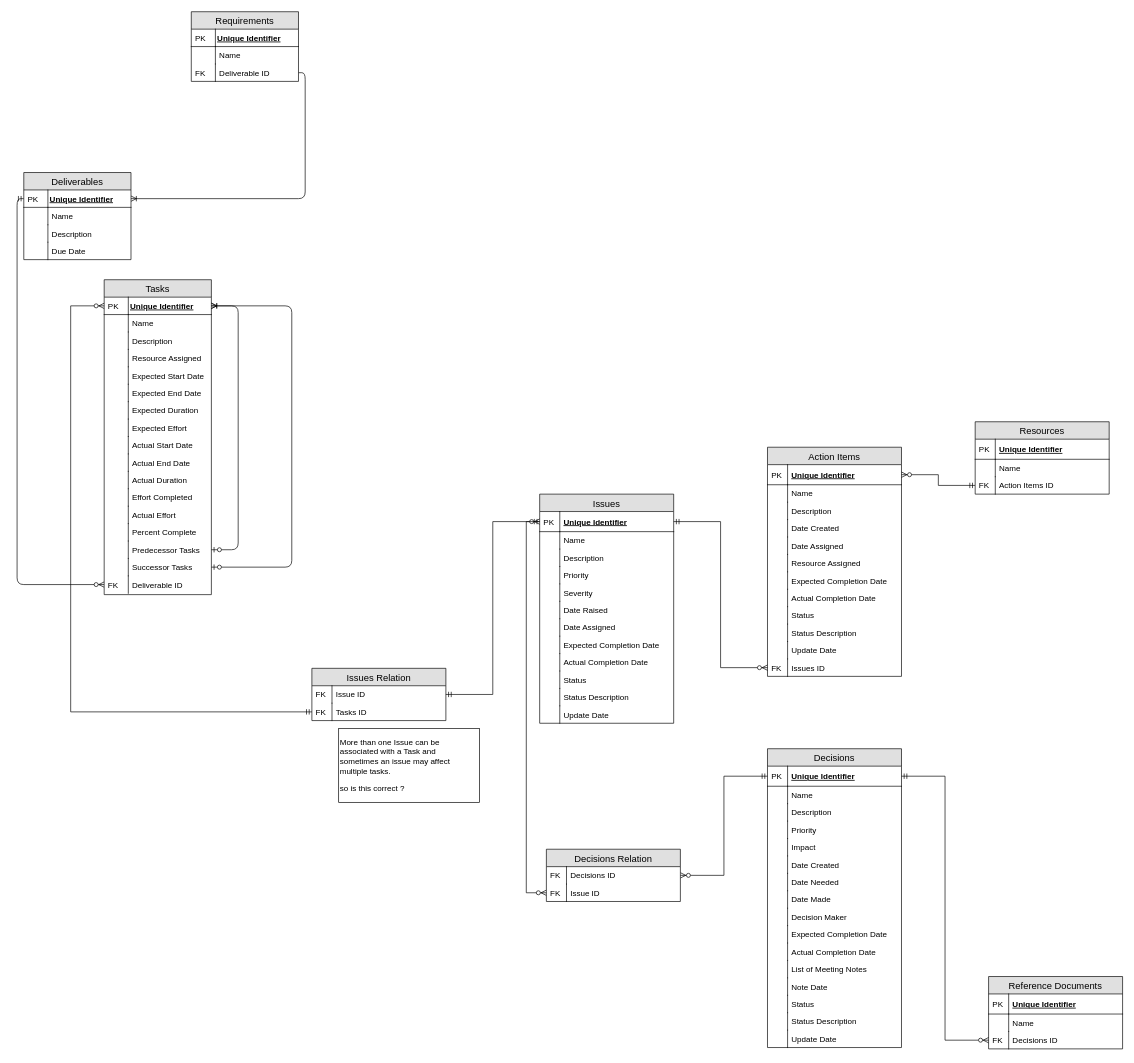
Above: ERD.drawio in alicebalayan/comp380---project3 (draw.io), before the change. Source tidied: cells renumbered, new cells numbered last; positions are measured from the earlier drawing's top-left corner, leaving out a move shared by most shapes. Both pictures are drawn from the tidied source at 67%, with x=0, y=0 at pixel (23, 11).
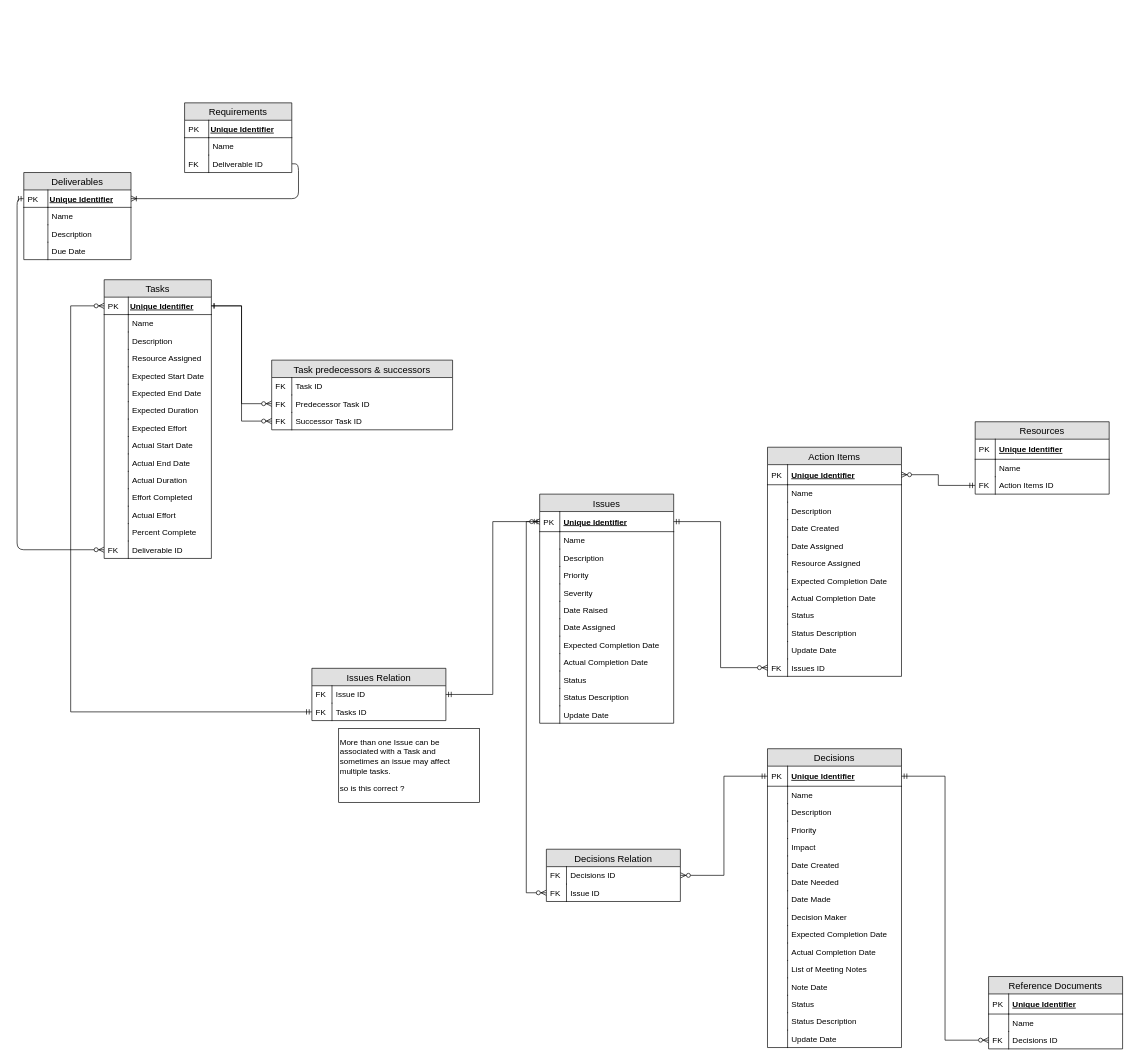
Above is the later version.

The change refers to these unchanged cells:
```xml
<mxCell id="108" value="Unique Identifier" style="shape=partialRectangle;top=0;left=0;right=0;bottom=1;align=left;verticalAlign=middle;fillColor=none;spacingLeft=37;spacingRight=4;overflow=hidden;points=[[0,0.5],[1,0.5]];portConstraint=eastwest;fontStyle=5;" parent="107" vertex="1">
  <mxGeometry y="26" width="160" height="26" as="geometry" />
</mxCell>
```

Diff of the diagram source:
```diff
@@
-    <mxCell id="93" value="Requirements" style="swimlane;fontStyle=0;horizontal=1;startSize=26;fontSize=14;fillColor=#e0e0e0;swimlaneFillColor=#ffffff;" parent="1" vertex="1">
-      <mxGeometry x="250" width="160" height="104" as="geometry" />
-    </mxCell>
-    <mxCell id="94" value="Unique Identifier" style="shape=partialRectangle;top=0;left=0;right=0;bottom=1;align=left;verticalAlign=middle;fillColor=none;spacingLeft=37;spacingRight=4;overflow=hidden;fontStyle=5;" parent="93" vertex="1">
-      <mxGeometry y="26" width="160" height="26" as="geometry" />
-    </mxCell>
-    <mxCell id="95" value="PK" style="shape=partialRectangle;top=0;left=0;bottom=0;fillColor=none;align=left;verticalAlign=top;spacingLeft=4;spacingRight=4;overflow=hidden;" parent="94" vertex="1">
-      <mxGeometry width="36" height="26" as="geometry" />
-    </mxCell>
-    <mxCell id="96" value="Name" style="shape=partialRectangle;top=0;left=0;right=0;bottom=0;align=left;verticalAlign=top;fillColor=none;spacingLeft=40;spacingRight=4;overflow=hidden;rounded=0;shadow=0;strokeWidth=1;" parent="93" vertex="1">
-      <mxGeometry y="52" width="160" height="26" as="geometry" />
-    </mxCell>
-    <mxCell id="97" style="shape=partialRectangle;top=0;left=0;bottom=0;fillColor=none;align=left;verticalAlign=top;spacingLeft=4;spacingRight=4;overflow=hidden;" parent="96" vertex="1">
-      <mxGeometry width="36" height="26" as="geometry" />
-    </mxCell>
-    <mxCell id="98" value="Deliverable ID" style="shape=partialRectangle;top=0;left=0;right=0;bottom=0;align=left;verticalAlign=top;fillColor=none;spacingLeft=40;spacingRight=4;overflow=hidden;points=[[0,0.5],[1,0.5]];portConstraint=eastwest;rounded=0;shadow=0;strokeWidth=1;" parent="93" vertex="1">
-      <mxGeometry y="78" width="160" height="26" as="geometry" />
-    </mxCell>
-    <mxCell id="99" value="FK" style="shape=partialRectangle;top=0;left=0;bottom=0;fillColor=none;align=left;verticalAlign=top;spacingLeft=4;spacingRight=4;overflow=hidden;" parent="98" vertex="1">
-      <mxGeometry width="36" height="26" as="geometry" />
-    </mxCell>
@@
     <mxCell id="107" value="Tasks" style="swimlane;fontStyle=0;horizontal=1;startSize=26;fontSize=14;fillColor=#e0e0e0;swimlaneFillColor=#ffffff;" parent="1" vertex="1">
-      <mxGeometry x="120" y="400" width="160" height="470" as="geometry" />
+      <mxGeometry x="120" y="400" width="160" height="416" as="geometry" />
     </mxCell>
@@
-    <mxCell id="136" value="Predecessor Tasks" style="shape=partialRectangle;top=0;left=0;right=0;bottom=0;align=left;verticalAlign=top;fillColor=none;spacingLeft=40;spacingRight=4;overflow=hidden;points=[[0,0.5],[1,0.5]];portConstraint=eastwest;rounded=0;shadow=0;strokeWidth=1;" parent="107" vertex="1">
-      <mxGeometry y="390" width="160" height="26" as="geometry" />
-    </mxCell>
-    <mxCell id="137" style="shape=partialRectangle;top=0;left=0;bottom=0;fillColor=none;align=left;verticalAlign=top;spacingLeft=4;spacingRight=4;overflow=hidden;" parent="136" vertex="1">
-      <mxGeometry width="36" height="26" as="geometry" />
-    </mxCell>
-    <mxCell id="138" value="Successor Tasks" style="shape=partialRectangle;top=0;left=0;right=0;bottom=0;align=left;verticalAlign=top;fillColor=none;spacingLeft=40;spacingRight=4;overflow=hidden;points=[[0,0.5],[1,0.5]];portConstraint=eastwest;rounded=0;shadow=0;strokeWidth=1;" parent="107" vertex="1">
-      <mxGeometry y="416" width="160" height="26" as="geometry" />
-    </mxCell>
-    <mxCell id="139" style="shape=partialRectangle;top=0;left=0;bottom=0;fillColor=none;align=left;verticalAlign=top;spacingLeft=4;spacingRight=4;overflow=hidden;" parent="138" vertex="1">
-      <mxGeometry width="36" height="26" as="geometry" />
-    </mxCell>
-    <mxCell id="140" style="fontSize=12;html=1;endArrow=ERoneToMany;startArrow=ERzeroToOne;exitX=1;exitY=0.5;exitDx=0;exitDy=0;entryX=1;entryY=0.5;entryDx=0;entryDy=0;edgeStyle=orthogonalEdgeStyle;" parent="107" edge="1" source="136" target="108">
-      <mxGeometry relative="1" as="geometry">
-        <Array as="points">
-          <mxPoint x="200" y="403" />
-          <mxPoint x="200" y="39" />
-        </Array>
-      </mxGeometry>
-    </mxCell>
-    <mxCell id="141" style="fontSize=12;html=1;endArrow=ERoneToMany;startArrow=ERzeroToOne;exitX=1;exitY=0.5;exitDx=0;exitDy=0;entryX=1;entryY=0.5;entryDx=0;entryDy=0;edgeStyle=orthogonalEdgeStyle;" parent="107" edge="1" source="138" target="108">
-      <mxGeometry relative="1" as="geometry">
-        <Array as="points">
-          <mxPoint x="280" y="429" />
-          <mxPoint x="280" y="39" />
-        </Array>
-      </mxGeometry>
-    </mxCell>
     <mxCell id="142" value="Deliverable ID" style="shape=partialRectangle;top=0;left=0;right=0;bottom=0;align=left;verticalAlign=top;fillColor=none;spacingLeft=40;spacingRight=4;overflow=hidden;points=[[0,0.5],[1,0.5]];portConstraint=eastwest;rounded=0;shadow=0;strokeWidth=1;" parent="107" vertex="1">
-      <mxGeometry y="442" width="160" height="26" as="geometry" />
+      <mxGeometry y="390" width="160" height="26" as="geometry" />
     </mxCell>
@@
+    <mxCell id="93" value="Requirements" style="swimlane;fontStyle=0;horizontal=1;startSize=26;fontSize=14;fillColor=#e0e0e0;swimlaneFillColor=#ffffff;" parent="1" vertex="1">
+      <mxGeometry x="240" y="136" width="160" height="104" as="geometry" />
+    </mxCell>
+    <mxCell id="94" value="Unique Identifier" style="shape=partialRectangle;top=0;left=0;right=0;bottom=1;align=left;verticalAlign=middle;fillColor=none;spacingLeft=37;spacingRight=4;overflow=hidden;fontStyle=5;" parent="93" vertex="1">
+      <mxGeometry y="26" width="160" height="26" as="geometry" />
+    </mxCell>
+    <mxCell id="95" value="PK" style="shape=partialRectangle;top=0;left=0;bottom=0;fillColor=none;align=left;verticalAlign=top;spacingLeft=4;spacingRight=4;overflow=hidden;" parent="94" vertex="1">
+      <mxGeometry width="36" height="26" as="geometry" />
+    </mxCell>
+    <mxCell id="96" value="Name" style="shape=partialRectangle;top=0;left=0;right=0;bottom=0;align=left;verticalAlign=top;fillColor=none;spacingLeft=40;spacingRight=4;overflow=hidden;rounded=0;shadow=0;strokeWidth=1;" parent="93" vertex="1">
+      <mxGeometry y="52" width="160" height="26" as="geometry" />
+    </mxCell>
+    <mxCell id="97" style="shape=partialRectangle;top=0;left=0;bottom=0;fillColor=none;align=left;verticalAlign=top;spacingLeft=4;spacingRight=4;overflow=hidden;" parent="96" vertex="1">
+      <mxGeometry width="36" height="26" as="geometry" />
+    </mxCell>
+    <mxCell id="98" value="Deliverable ID" style="shape=partialRectangle;top=0;left=0;right=0;bottom=0;align=left;verticalAlign=top;fillColor=none;spacingLeft=40;spacingRight=4;overflow=hidden;points=[[0,0.5],[1,0.5]];portConstraint=eastwest;rounded=0;shadow=0;strokeWidth=1;" parent="93" vertex="1">
+      <mxGeometry y="78" width="160" height="26" as="geometry" />
+    </mxCell>
+    <mxCell id="99" value="FK" style="shape=partialRectangle;top=0;left=0;bottom=0;fillColor=none;align=left;verticalAlign=top;spacingLeft=4;spacingRight=4;overflow=hidden;" parent="98" vertex="1">
+      <mxGeometry width="36" height="26" as="geometry" />
+    </mxCell>
+    <mxCell id="172" value="Task predecessors &amp; successors" style="swimlane;fontStyle=0;horizontal=1;startSize=26;fillColor=#e0e0e0;swimlaneFillColor=#ffffff;align=center;fontSize=14;" parent="1" vertex="1">
+      <mxGeometry x="370" y="520" width="270" height="104" as="geometry" />
+    </mxCell>
+    <mxCell id="173" value="Task ID" style="shape=partialRectangle;top=0;left=0;right=0;bottom=0;align=left;verticalAlign=top;fillColor=none;spacingLeft=34;spacingRight=4;overflow=hidden;fontSize=12;" parent="172" vertex="1">
+      <mxGeometry y="26" width="270" height="26" as="geometry" />
+    </mxCell>
+    <mxCell id="174" value="FK" style="shape=partialRectangle;top=0;left=0;bottom=0;fillColor=none;align=left;verticalAlign=top;spacingLeft=4;spacingRight=4;overflow=hidden;fontSize=12;" parent="173" vertex="1">
+      <mxGeometry width="30" height="26" as="geometry" />
+    </mxCell>
+    <mxCell id="175" value="Predecessor Task ID" style="shape=partialRectangle;top=0;left=0;right=0;bottom=0;align=left;verticalAlign=top;fillColor=none;spacingLeft=34;spacingRight=4;overflow=hidden;points=[[0,0.5],[1,0.5]];portConstraint=eastwest;fontSize=12;" parent="172" vertex="1">
+      <mxGeometry y="52" width="270" height="26" as="geometry" />
+    </mxCell>
+    <mxCell id="176" value="FK" style="shape=partialRectangle;top=0;left=0;bottom=0;fillColor=none;align=left;verticalAlign=top;spacingLeft=4;spacingRight=4;overflow=hidden;fontSize=12;" parent="175" vertex="1">
+      <mxGeometry width="30" height="26" as="geometry" />
+    </mxCell>
+    <mxCell id="177" value="Successor Task ID" style="shape=partialRectangle;top=0;left=0;right=0;bottom=0;align=left;verticalAlign=top;fillColor=none;spacingLeft=34;spacingRight=4;overflow=hidden;points=[[0,0.5],[1,0.5]];portConstraint=eastwest;fontSize=12;" parent="172" vertex="1">
+      <mxGeometry y="78" width="270" height="26" as="geometry" />
+    </mxCell>
+    <mxCell id="178" value="FK" style="shape=partialRectangle;top=0;left=0;bottom=0;fillColor=none;align=left;verticalAlign=top;spacingLeft=4;spacingRight=4;overflow=hidden;fontSize=12;" parent="177" vertex="1">
+      <mxGeometry width="30" height="26" as="geometry" />
+    </mxCell>
+    <mxCell id="179" style="edgeStyle=orthogonalEdgeStyle;rounded=0;jettySize=auto;html=1;exitX=0;exitY=0.5;exitDx=0;exitDy=0;entryX=1;entryY=0.5;entryDx=0;entryDy=0;startArrow=ERzeroToMany;startFill=1;endArrow=ERone;endFill=0;" parent="1" edge="1" source="175" target="108">
+      <mxGeometry relative="1" as="geometry" />
+    </mxCell>
+    <mxCell id="180" style="edgeStyle=orthogonalEdgeStyle;rounded=0;jettySize=auto;html=1;exitX=0;exitY=0.5;exitDx=0;exitDy=0;entryX=1;entryY=0.5;entryDx=0;entryDy=0;startArrow=ERzeroToMany;startFill=1;endArrow=ERone;endFill=0;" parent="1" edge="1" source="177" target="108">
+      <mxGeometry relative="1" as="geometry" />
+    </mxCell>
```
